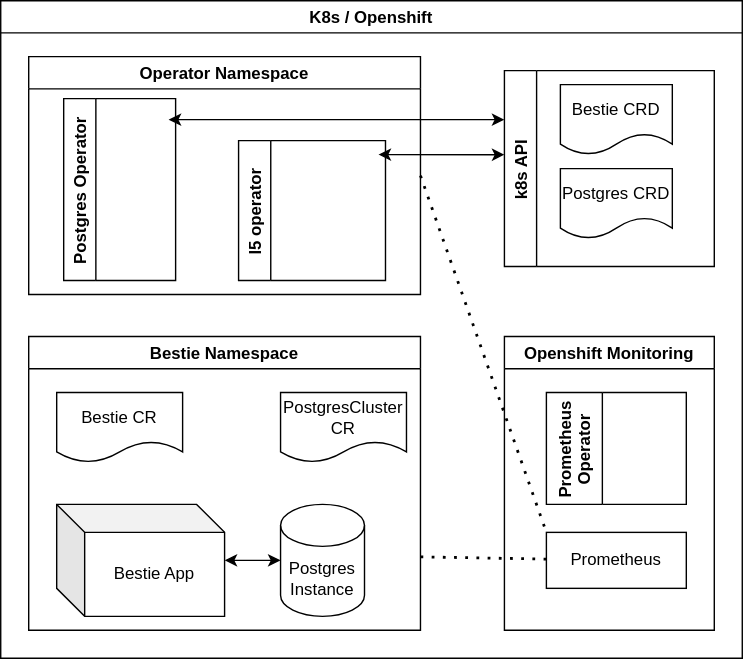
The draw.io diagram docs/hld.svg in opdev/l5-operator-demo, before a commit. Source tidied: cells renumbered, new cells last; positions are measured from the earlier drawing's top-left corner, leaving out a move shared by most shapes.
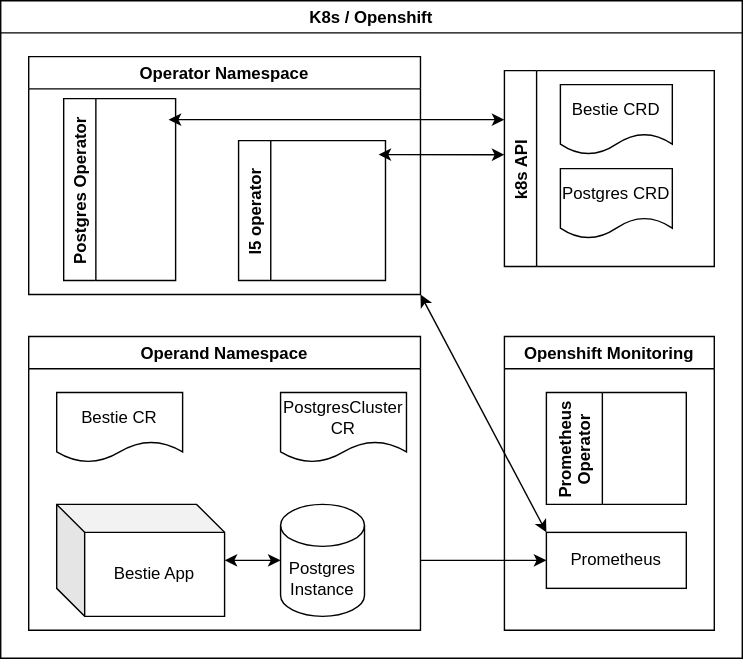
After the change.

The edit, as a diff of the source:
```diff
@@ -5,7 +5,7 @@
     <mxCell id="2" value="K8s / Openshift" style="swimlane;" parent="1" vertex="1">
       <mxGeometry width="530" height="470" as="geometry" />
     </mxCell>
-    <mxCell id="3" value="Bestie Namespace" style="swimlane;" parent="2" vertex="1">
+    <mxCell id="3" value="Operand Namespace" style="swimlane;" parent="2" vertex="1">
       <mxGeometry x="20" y="240" width="280" height="210" as="geometry" />
     </mxCell>
     <mxCell id="4" value="Bestie CR" style="shape=document;whiteSpace=wrap;html=1;boundedLbl=1;" parent="3" vertex="1">
@@ -41,12 +41,6 @@
     <mxCell id="14" value="Prometheus&#10;Operator" style="swimlane;horizontal=0;startSize=40;" parent="12" vertex="1">
       <mxGeometry x="30" y="40" width="100" height="80" as="geometry" />
     </mxCell>
-    <mxCell id="15" style="endArrow=none;dashed=1;html=1;dashPattern=1 3;strokeWidth=2;rounded=0;exitX=1;exitY=0.75;exitDx=0;exitDy=0;" parent="2" edge="1" source="3" target="13">
-      <mxGeometry relative="1" as="geometry" />
-    </mxCell>
-    <mxCell id="16" style="endArrow=none;dashed=1;html=1;dashPattern=1 3;strokeWidth=2;rounded=0;exitX=1;exitY=0.5;exitDx=0;exitDy=0;entryX=0;entryY=0;entryDx=0;entryDy=0;" parent="2" edge="1" source="9" target="13">
-      <mxGeometry relative="1" as="geometry" />
-    </mxCell>
     <mxCell id="17" value="k8s API" style="swimlane;horizontal=0;" parent="2" vertex="1">
       <mxGeometry x="360" y="50" width="150" height="140" as="geometry" />
     </mxCell>
@@ -66,5 +60,15 @@
         <mxPoint x="270" y="110" as="sourcePoint" />
       </mxGeometry>
     </mxCell>
+    <mxCell id="22" style="endArrow=classic;html=1;rounded=0;" parent="2" edge="1" target="13">
+      <mxGeometry relative="1" as="geometry">
+        <mxPoint x="300" y="400" as="sourcePoint" />
+      </mxGeometry>
+    </mxCell>
+    <mxCell id="23" style="endArrow=classic;startArrow=classic;html=1;rounded=0;exitX=1;exitY=1;exitDx=0;exitDy=0;" parent="1" edge="1" source="9">
+      <mxGeometry relative="1" as="geometry">
+        <mxPoint x="390" y="380" as="targetPoint" />
+      </mxGeometry>
+    </mxCell>
   </root>
 </mxGraphModel>
```
